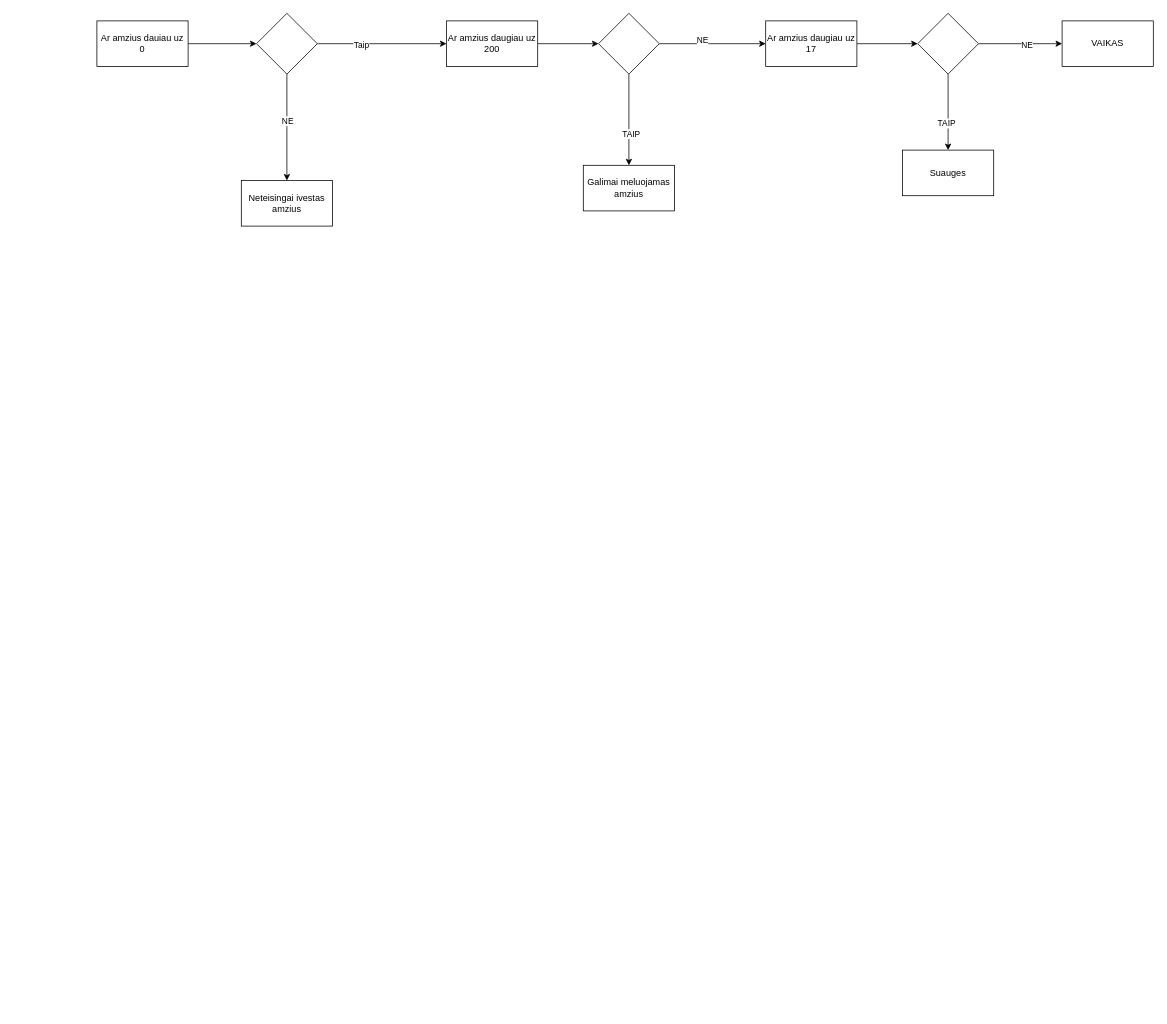
MariusCodeAcademy/feu2-02-numbers-conditionals keeps this draw.io diagram as draw.drawio. Above is the earlier version. Source tidied: cells renumbered, new cells numbered last; positions are measured from the earlier drawing's top-left corner, leaving out a move shared by most shapes. Both pictures are drawn from the tidied source at 76%, with x=0, y=0 at pixel (97, 13).
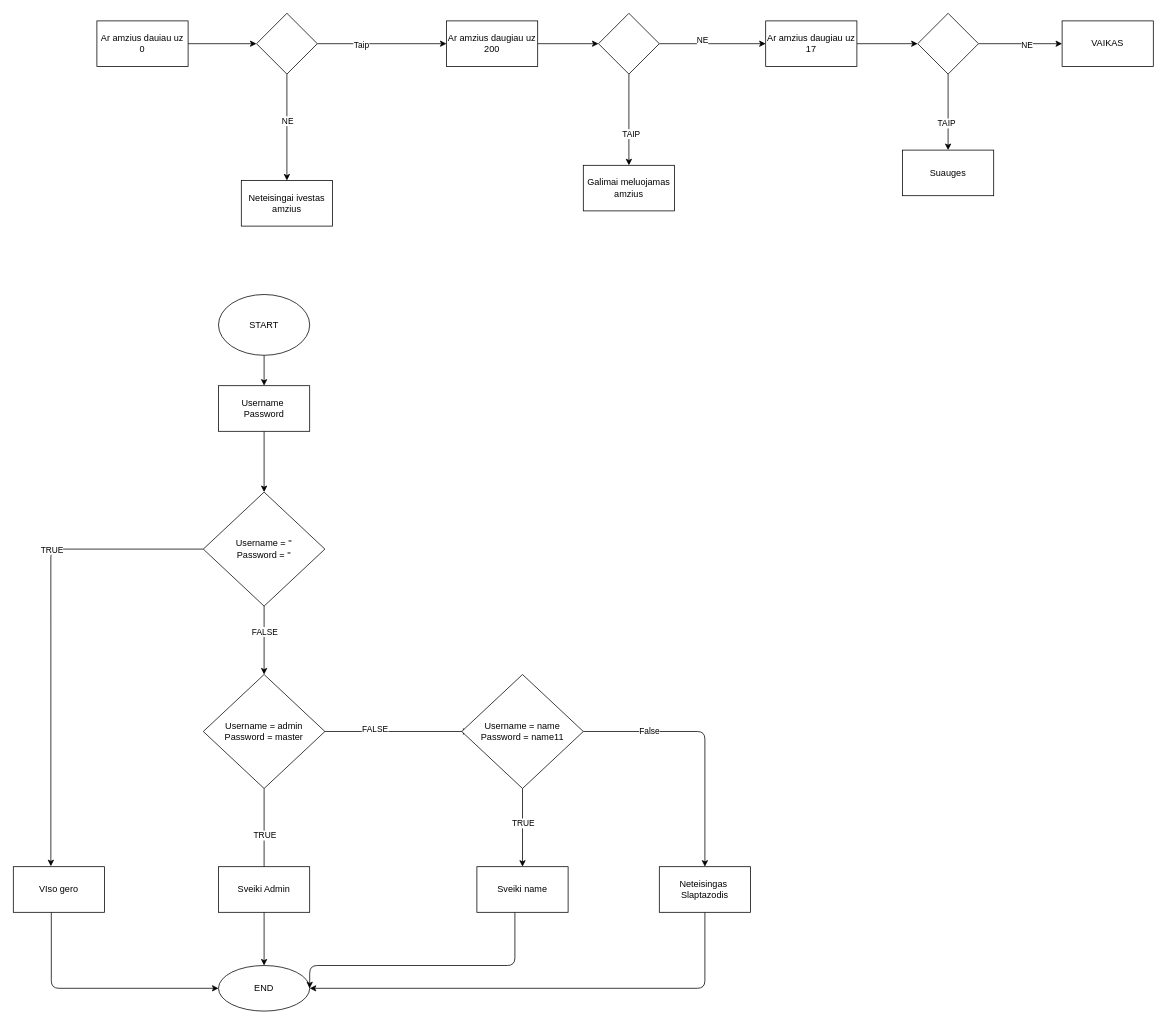
Above is the later version.

What changed in the source:
```diff
@@
+    <mxCell id="27" style="edgeStyle=none;html=1;entryX=0.5;entryY=0;entryDx=0;entryDy=0;" parent="1" edge="1" source="28" target="30">
+      <mxGeometry relative="1" as="geometry" />
+    </mxCell>
+    <mxCell id="28" value="START" style="ellipse;whiteSpace=wrap;html=1;" parent="1" vertex="1">
+      <mxGeometry x="160" y="370" width="120" height="80" as="geometry" />
+    </mxCell>
+    <mxCell id="29" style="edgeStyle=none;html=1;" parent="1" edge="1" source="30">
+      <mxGeometry relative="1" as="geometry">
+        <mxPoint x="220" y="630" as="targetPoint" />
+      </mxGeometry>
+    </mxCell>
+    <mxCell id="30" value="Username&amp;nbsp;&lt;br&gt;Password" style="rounded=0;whiteSpace=wrap;html=1;" parent="1" vertex="1">
+      <mxGeometry x="160" y="490" width="120" height="60" as="geometry" />
+    </mxCell>
+    <mxCell id="31" style="edgeStyle=none;html=1;exitX=0.5;exitY=1;exitDx=0;exitDy=0;" parent="1" edge="1" source="35">
+      <mxGeometry relative="1" as="geometry">
+        <mxPoint x="220" y="1170" as="targetPoint" />
+      </mxGeometry>
+    </mxCell>
+    <mxCell id="32" value="TRUE" style="edgeLabel;html=1;align=center;verticalAlign=middle;" parent="31" vertex="1">
+      <mxGeometry x="-0.23" y="-2" relative="1" as="geometry">
+        <mxPoint x="2" y="3" as="offset" />
+      </mxGeometry>
+    </mxCell>
+    <mxCell id="33" style="edgeStyle=none;html=1;" parent="1" edge="1" source="35">
+      <mxGeometry relative="1" as="geometry">
+        <mxPoint x="490" y="945" as="targetPoint" />
+      </mxGeometry>
+    </mxCell>
+    <mxCell id="34" value="FALSE" style="edgeLabel;html=1;align=center;verticalAlign=middle;" parent="33" vertex="1">
+      <mxGeometry x="-0.32" y="4" relative="1" as="geometry" />
+    </mxCell>
+    <mxCell id="35" value="&lt;span&gt;Username = admin&lt;/span&gt;&lt;br&gt;&lt;span&gt;Password = master&lt;/span&gt;" style="rhombus;whiteSpace=wrap;html=1;" parent="1" vertex="1">
+      <mxGeometry x="140" y="870" width="160" height="150" as="geometry" />
+    </mxCell>
+    <mxCell id="36" style="edgeStyle=none;html=1;" parent="1" edge="1" source="37" target="38">
+      <mxGeometry relative="1" as="geometry" />
+    </mxCell>
+    <mxCell id="37" value="Sveiki Admin" style="rounded=0;whiteSpace=wrap;html=1;" parent="1" vertex="1">
+      <mxGeometry x="160" y="1122.9" width="120" height="60" as="geometry" />
+    </mxCell>
+    <mxCell id="38" value="END" style="ellipse;whiteSpace=wrap;html=1;rounded=0;" parent="1" vertex="1">
+      <mxGeometry x="160" y="1252.9" width="120" height="60" as="geometry" />
+    </mxCell>
+    <mxCell id="39" style="edgeStyle=orthogonalEdgeStyle;html=1;" parent="1" edge="1" source="43" target="45">
+      <mxGeometry relative="1" as="geometry" />
+    </mxCell>
+    <mxCell id="40" value="TRUE" style="edgeLabel;html=1;align=center;verticalAlign=middle;" parent="39" vertex="1">
+      <mxGeometry x="-0.13" relative="1" as="geometry" />
+    </mxCell>
+    <mxCell id="41" style="edgeStyle=orthogonalEdgeStyle;html=1;entryX=0.5;entryY=0;entryDx=0;entryDy=0;" parent="1" edge="1" source="43" target="47">
+      <mxGeometry relative="1" as="geometry" />
+    </mxCell>
+    <mxCell id="42" value="False" style="edgeLabel;html=1;align=center;verticalAlign=middle;" parent="41" vertex="1">
+      <mxGeometry x="-0.49" y="1" relative="1" as="geometry" />
+    </mxCell>
+    <mxCell id="43" value="&lt;span&gt;Username = name&lt;/span&gt;&lt;br&gt;&lt;span&gt;Password = name11&lt;/span&gt;" style="rhombus;whiteSpace=wrap;html=1;" parent="1" vertex="1">
+      <mxGeometry x="480" y="870" width="160" height="150" as="geometry" />
+    </mxCell>
+    <mxCell id="44" style="edgeStyle=orthogonalEdgeStyle;html=1;entryX=1;entryY=0.5;entryDx=0;entryDy=0;" parent="1" edge="1" source="45" target="38">
+      <mxGeometry relative="1" as="geometry">
+        <Array as="points">
+          <mxPoint x="550" y="1252.9" />
+          <mxPoint x="280" y="1252.9" />
+        </Array>
+      </mxGeometry>
+    </mxCell>
+    <mxCell id="45" value="Sveiki name" style="rounded=0;whiteSpace=wrap;html=1;" parent="1" vertex="1">
+      <mxGeometry x="500" y="1122.9" width="120" height="60" as="geometry" />
+    </mxCell>
+    <mxCell id="46" style="edgeStyle=orthogonalEdgeStyle;html=1;entryX=1;entryY=0.5;entryDx=0;entryDy=0;" parent="1" edge="1" source="47" target="38">
+      <mxGeometry relative="1" as="geometry">
+        <Array as="points">
+          <mxPoint x="800" y="1282.9" />
+        </Array>
+      </mxGeometry>
+    </mxCell>
+    <mxCell id="47" value="Neteisingas&amp;nbsp;&lt;br&gt;Slaptazodis" style="rounded=0;whiteSpace=wrap;html=1;" parent="1" vertex="1">
+      <mxGeometry x="740" y="1122.9" width="120" height="60" as="geometry" />
+    </mxCell>
+    <mxCell id="48" style="edgeStyle=orthogonalEdgeStyle;html=1;entryX=0.412;entryY=-0.01;entryDx=0;entryDy=0;entryPerimeter=0;" parent="1" edge="1" source="52" target="54">
+      <mxGeometry relative="1" as="geometry" />
+    </mxCell>
+    <mxCell id="49" value="TRUE" style="edgeLabel;html=1;align=center;verticalAlign=middle;" parent="48" vertex="1">
+      <mxGeometry x="-0.35" y="1" relative="1" as="geometry" />
+    </mxCell>
+    <mxCell id="50" style="edgeStyle=orthogonalEdgeStyle;html=1;entryX=0.5;entryY=0;entryDx=0;entryDy=0;" parent="1" edge="1" source="52" target="35">
+      <mxGeometry relative="1" as="geometry" />
+    </mxCell>
+    <mxCell id="51" value="FALSE" style="edgeLabel;html=1;align=center;verticalAlign=middle;" parent="50" vertex="1">
+      <mxGeometry x="-0.27" relative="1" as="geometry" />
+    </mxCell>
+    <mxCell id="52" value="&lt;span&gt;Username = ''&lt;/span&gt;&lt;br&gt;&lt;span&gt;Password = ''&lt;/span&gt;" style="rhombus;whiteSpace=wrap;html=1;" parent="1" vertex="1">
+      <mxGeometry x="140" y="630" width="160" height="150" as="geometry" />
+    </mxCell>
+    <mxCell id="53" style="edgeStyle=orthogonalEdgeStyle;html=1;entryX=0;entryY=0.5;entryDx=0;entryDy=0;" parent="1" edge="1" source="54" target="38">
+      <mxGeometry relative="1" as="geometry">
+        <Array as="points">
+          <mxPoint x="-60" y="1282.9" />
+        </Array>
+      </mxGeometry>
+    </mxCell>
+    <mxCell id="54" value="VIso gero" style="rounded=0;whiteSpace=wrap;html=1;" parent="1" vertex="1">
+      <mxGeometry x="-110" y="1122.9" width="120" height="60" as="geometry" />
+    </mxCell>
```
